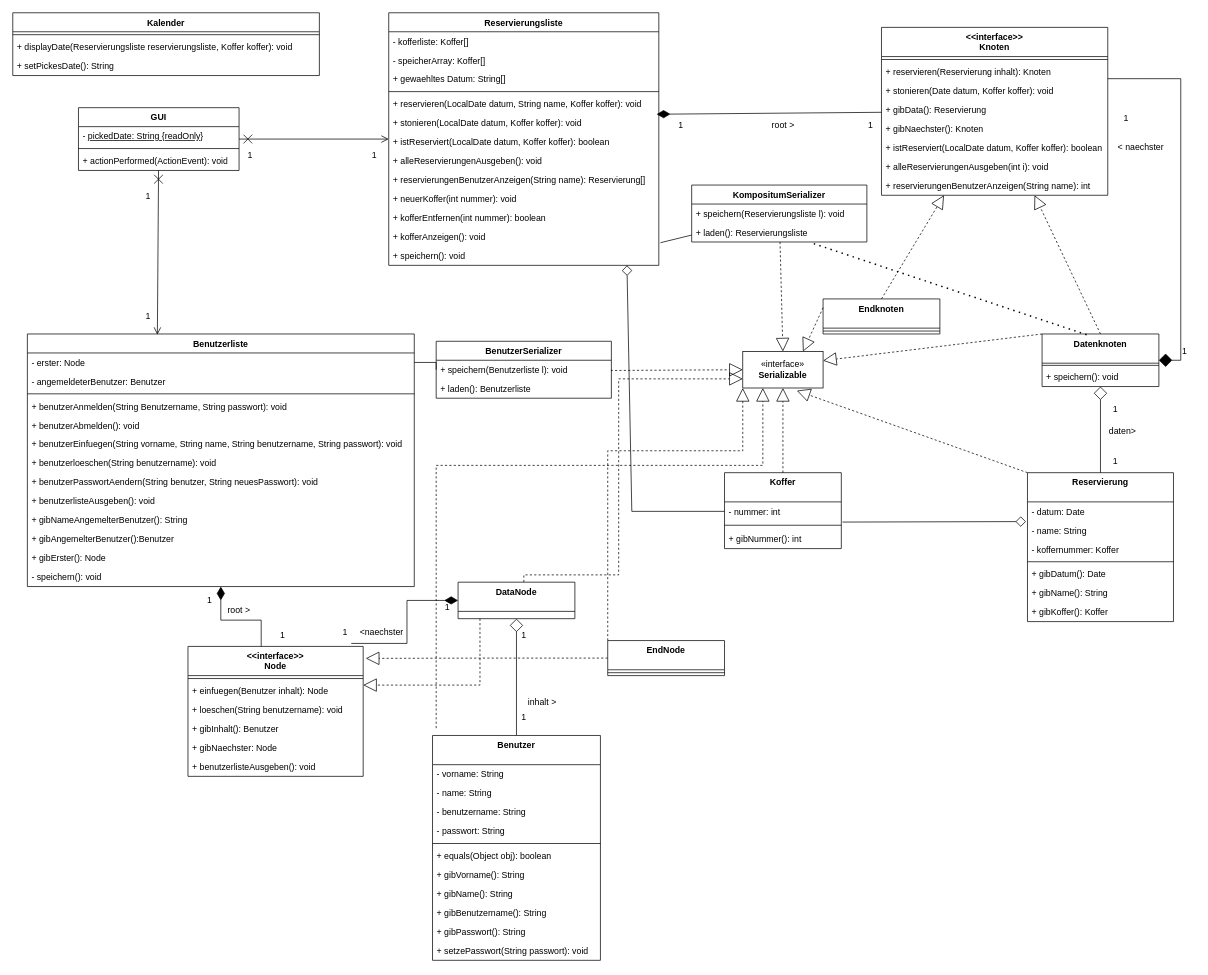
The draw.io diagram Klassendiagramm.drawio in Klette80/Ipadkofferleihsystem, before the edit. Source tidied: cells renumbered, new cells numbered last; positions are measured from the earlier drawing's top-left corner, leaving out a move shared by most shapes. Both pictures are drawn from the tidied source at 73%, with x=0, y=0 at pixel (12, 12).
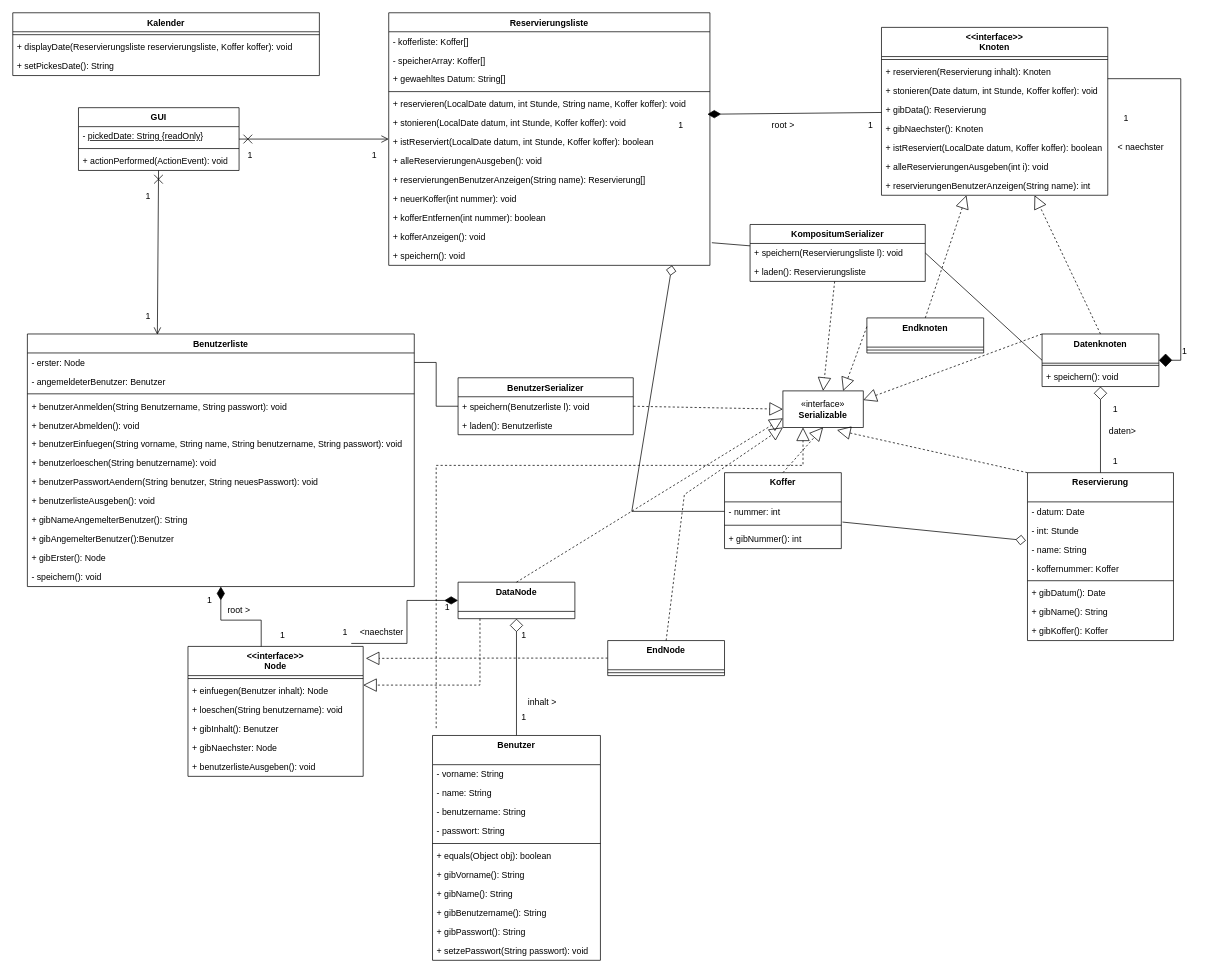
The same diagram, later.

Unchanged cells that the change refers to:
```xml
<mxCell id="25" value="Datenknoten" style="swimlane;fontStyle=1;align=center;verticalAlign=top;horizontal=1;startSize=40;" parent="1" vertex="1">
  <mxGeometry x="1410" y="440" width="160" height="72" as="geometry" />
</mxCell>
<mxCell id="32" value="&lt;&lt;interface&gt;&gt;&#10;Knoten" style="swimlane;fontStyle=1;align=center;verticalAlign=top;horizontal=1;startSize=40;" parent="1" vertex="1">
  <mxGeometry x="1190" y="20" width="310" height="230" as="geometry" />
</mxCell>
<mxCell id="57" value="+ speichern(Reservierungsliste l): void" style="text;strokeColor=none;fillColor=none;align=left;verticalAlign=top;spacingLeft=4;spacingRight=4;overflow=hidden;points=[[0,0.5],[1,0.5]];portConstraint=eastwest;whiteSpace=wrap;html=1;" parent="56" vertex="1">
  <mxGeometry y="26" width="240" height="26" as="geometry" />
</mxCell>
<mxCell id="58" value="+ laden(): Reservierungsliste" style="text;strokeColor=none;fillColor=none;align=left;verticalAlign=top;spacingLeft=4;spacingRight=4;overflow=hidden;points=[[0,0.5],[1,0.5]];portConstraint=eastwest;whiteSpace=wrap;html=1;" parent="56" vertex="1">
  <mxGeometry y="52" width="240" height="26" as="geometry" />
</mxCell>
<mxCell id="82" value="DataNode" style="swimlane;fontStyle=1;align=center;verticalAlign=top;horizontal=1;startSize=40;" parent="1" vertex="1">
  <mxGeometry x="610" y="780" width="160" height="50" as="geometry" />
</mxCell>
<mxCell id="84" value="EndNode" style="swimlane;fontStyle=1;align=center;verticalAlign=top;horizontal=1;startSize=40;" parent="1" vertex="1">
  <mxGeometry x="815" y="860" width="160" height="48" as="geometry" />
</mxCell>
<mxCell id="110" value="+ speichern(Benutzerliste l): void" style="text;strokeColor=none;fillColor=none;align=left;verticalAlign=top;spacingLeft=4;spacingRight=4;overflow=hidden;points=[[0,0.5],[1,0.5]];portConstraint=eastwest;whiteSpace=wrap;html=1;" parent="109" vertex="1">
  <mxGeometry y="26" width="240" height="26" as="geometry" />
</mxCell>
```

What changed in the source:
```diff
@@
     <mxCell id="2" value="Reservierung" style="swimlane;fontStyle=1;align=center;verticalAlign=top;horizontal=1;startSize=40;" parent="1" vertex="1">
-      <mxGeometry x="1390" y="630" width="200" height="204" as="geometry" />
+      <mxGeometry x="1390" y="630" width="200" height="230" as="geometry" />
     </mxCell>
-    <mxCell id="3" value="- datum: Date" style="text;strokeColor=none;fillColor=none;align=left;verticalAlign=top;spacingLeft=4;spacingRight=4;overflow=hidden;" parent="2" vertex="1">
+    <mxCell id="3" value="- datum: Date&#10;" style="text;strokeColor=none;fillColor=none;align=left;verticalAlign=top;spacingLeft=4;spacingRight=4;overflow=hidden;" parent="2" vertex="1">
       <mxGeometry y="40" width="200" height="26" as="geometry" />
     </mxCell>
+    <mxCell id="141" value="- int: Stunde" style="text;strokeColor=none;fillColor=none;align=left;verticalAlign=top;spacingLeft=4;spacingRight=4;overflow=hidden;" parent="2" vertex="1">
+      <mxGeometry y="66" width="200" height="26" as="geometry" />
+    </mxCell>
     <mxCell id="4" value="- name: String" style="text;strokeColor=none;fillColor=none;align=left;verticalAlign=top;spacingLeft=4;spacingRight=4;overflow=hidden;points=[[0,0.5],[1,0.5]];portConstraint=eastwest;" parent="2" vertex="1">
-      <mxGeometry y="66" width="200" height="26" as="geometry" />
+      <mxGeometry y="92" width="200" height="26" as="geometry" />
     </mxCell>
     <mxCell id="5" value="- koffernummer: Koffer" style="text;strokeColor=none;fillColor=none;align=left;verticalAlign=top;spacingLeft=4;spacingRight=4;overflow=hidden;" parent="2" vertex="1">
-      <mxGeometry y="92" width="200" height="26" as="geometry" />
+      <mxGeometry y="118" width="200" height="26" as="geometry" />
     </mxCell>
     <mxCell id="6" style="line;strokeWidth=1;fillColor=none;align=left;verticalAlign=middle;spacingTop=-1;spacingLeft=3;spacingRight=3;labelPosition=right;strokeColor=inherit;" parent="2" vertex="1">
-      <mxGeometry y="118" width="200" height="8" as="geometry" />
+      <mxGeometry y="144" width="200" height="8" as="geometry" />
     </mxCell>
     <mxCell id="7" value="+ gibDatum(): Date" style="text;strokeColor=none;fillColor=none;align=left;verticalAlign=top;spacingLeft=4;spacingRight=4;overflow=hidden;" parent="2" vertex="1">
-      <mxGeometry y="126" width="200" height="26" as="geometry" />
+      <mxGeometry y="152" width="200" height="26" as="geometry" />
     </mxCell>
     <mxCell id="8" value="+ gibName(): String" style="text;strokeColor=none;fillColor=none;align=left;verticalAlign=top;spacingLeft=4;spacingRight=4;overflow=hidden;" parent="2" vertex="1">
-      <mxGeometry y="152" width="200" height="26" as="geometry" />
+      <mxGeometry y="178" width="200" height="26" as="geometry" />
     </mxCell>
     <mxCell id="9" value="+ gibKoffer(): Koffer" style="text;strokeColor=none;fillColor=none;align=left;verticalAlign=top;spacingLeft=4;spacingRight=4;overflow=hidden;" parent="2" vertex="1">
-      <mxGeometry y="178" width="200" height="26" as="geometry" />
+      <mxGeometry y="204" width="200" height="26" as="geometry" />
     </mxCell>
     <mxCell id="10" value="Reservierungsliste" style="swimlane;fontStyle=1;align=center;verticalAlign=top;horizontal=1;startSize=26;" parent="1" vertex="1">
-      <mxGeometry x="515" width="370" height="346" as="geometry" />
+      <mxGeometry x="515" width="440" height="346" as="geometry" />
     </mxCell>
     <mxCell id="11" value="- kofferliste: Koffer[]" style="text;strokeColor=none;fillColor=none;align=left;verticalAlign=top;spacingLeft=4;spacingRight=4;overflow=hidden;" parent="10" vertex="1">
-      <mxGeometry y="26" width="370" height="26" as="geometry" />
+      <mxGeometry y="26" width="440" height="26" as="geometry" />
     </mxCell>
     <mxCell id="12" value="- speicherArray: Koffer[]" style="text;strokeColor=none;fillColor=none;align=left;verticalAlign=top;spacingLeft=4;spacingRight=4;overflow=hidden;" parent="10" vertex="1">
-      <mxGeometry y="52" width="370" height="26" as="geometry" />
+      <mxGeometry y="52" width="440" height="26" as="geometry" />
     </mxCell>
     <mxCell id="13" value="+ gewaehltes Datum: String[]" style="text;strokeColor=none;fillColor=none;align=left;verticalAlign=top;spacingLeft=4;spacingRight=4;overflow=hidden;" parent="10" vertex="1">
-      <mxGeometry y="78" width="370" height="26" as="geometry" />
+      <mxGeometry y="78" width="440" height="26" as="geometry" />
     </mxCell>
     <mxCell id="14" style="line;strokeWidth=1;fillColor=none;align=left;verticalAlign=middle;spacingTop=-1;spacingLeft=3;spacingRight=3;labelPosition=right;strokeColor=inherit;" parent="10" vertex="1">
-      <mxGeometry y="104" width="370" height="8" as="geometry" />
+      <mxGeometry y="104" width="440" height="8" as="geometry" />
     </mxCell>
-    <mxCell id="15" value="+ reservieren(LocalDate datum, String name, Koffer koffer): void" style="text;strokeColor=none;fillColor=none;align=left;verticalAlign=top;spacingLeft=4;spacingRight=4;overflow=hidden;" parent="10" vertex="1">
-      <mxGeometry y="112" width="370" height="26" as="geometry" />
+    <mxCell id="15" value="+ reservieren(LocalDate datum, int Stunde, String name, Koffer koffer): void" style="text;strokeColor=none;fillColor=none;align=left;verticalAlign=top;spacingLeft=4;spacingRight=4;overflow=hidden;" parent="10" vertex="1">
+      <mxGeometry y="112" width="440" height="26" as="geometry" />
     </mxCell>
-    <mxCell id="16" value="+ stonieren(LocalDate datum, Koffer koffer): void" style="text;strokeColor=none;fillColor=none;align=left;verticalAlign=top;spacingLeft=4;spacingRight=4;overflow=hidden;points=[[0,0.5],[1,0.5]];portConstraint=eastwest;" parent="10" vertex="1">
-      <mxGeometry y="138" width="370" height="26" as="geometry" />
+    <mxCell id="16" value="+ stonieren(LocalDate datum, int Stunde, Koffer koffer): void" style="text;strokeColor=none;fillColor=none;align=left;verticalAlign=top;spacingLeft=4;spacingRight=4;overflow=hidden;points=[[0,0.5],[1,0.5]];portConstraint=eastwest;" parent="10" vertex="1">
+      <mxGeometry y="138" width="440" height="26" as="geometry" />
     </mxCell>
-    <mxCell id="17" value="+ istReserviert(LocalDate datum, Koffer koffer): boolean" style="text;strokeColor=none;fillColor=none;align=left;verticalAlign=top;spacingLeft=4;spacingRight=4;overflow=hidden;" parent="10" vertex="1">
-      <mxGeometry y="164" width="370" height="26" as="geometry" />
+    <mxCell id="17" value="+ istReserviert(LocalDate datum, int Stunde, Koffer koffer): boolean" style="text;strokeColor=none;fillColor=none;align=left;verticalAlign=top;spacingLeft=4;spacingRight=4;overflow=hidden;" parent="10" vertex="1">
+      <mxGeometry y="164" width="440" height="26" as="geometry" />
     </mxCell>
     <mxCell id="18" value="+ alleReservierungenAusgeben(): void" style="text;strokeColor=none;fillColor=none;align=left;verticalAlign=top;spacingLeft=4;spacingRight=4;overflow=hidden;" parent="10" vertex="1">
-      <mxGeometry y="190" width="370" height="26" as="geometry" />
+      <mxGeometry y="190" width="440" height="26" as="geometry" />
     </mxCell>
     <mxCell id="19" value="+ reservierungenBenutzerAnzeigen(String name): Reservierung[]" style="text;strokeColor=none;fillColor=none;align=left;verticalAlign=top;spacingLeft=4;spacingRight=4;overflow=hidden;" parent="10" vertex="1">
-      <mxGeometry y="216" width="370" height="26" as="geometry" />
+      <mxGeometry y="216" width="440" height="26" as="geometry" />
     </mxCell>
     <mxCell id="20" value="+ neuerKoffer(int nummer): void" style="text;strokeColor=none;fillColor=none;align=left;verticalAlign=top;spacingLeft=4;spacingRight=4;overflow=hidden;" parent="10" vertex="1">
-      <mxGeometry y="242" width="370" height="26" as="geometry" />
+      <mxGeometry y="242" width="440" height="26" as="geometry" />
     </mxCell>
     <mxCell id="21" value="+ kofferEntfernen(int nummer): boolean" style="text;strokeColor=none;fillColor=none;align=left;verticalAlign=top;spacingLeft=4;spacingRight=4;overflow=hidden;" parent="10" vertex="1">
-      <mxGeometry y="268" width="370" height="26" as="geometry" />
+      <mxGeometry y="268" width="440" height="26" as="geometry" />
     </mxCell>
     <mxCell id="22" value="+ kofferAnzeigen(): void" style="text;strokeColor=none;fillColor=none;align=left;verticalAlign=top;spacingLeft=4;spacingRight=4;overflow=hidden;points=[[0,0.5],[1,0.5]];portConstraint=eastwest;" parent="10" vertex="1">
-      <mxGeometry y="294" width="370" height="26" as="geometry" />
+      <mxGeometry y="294" width="440" height="26" as="geometry" />
     </mxCell>
     <mxCell id="23" value="+ speichern(): void" style="text;strokeColor=none;fillColor=none;align=left;verticalAlign=top;spacingLeft=4;spacingRight=4;overflow=hidden;points=[[0,0.5],[1,0.5]];portConstraint=eastwest;" parent="10" vertex="1">
-      <mxGeometry y="320" width="370" height="26" as="geometry" />
+      <mxGeometry y="320" width="440" height="26" as="geometry" />
     </mxCell>
@@
     <mxCell id="30" value="Endknoten" style="swimlane;fontStyle=1;align=center;verticalAlign=top;horizontal=1;startSize=40;" parent="1" vertex="1">
-      <mxGeometry x="1110" y="392" width="160" height="48" as="geometry" />
+      <mxGeometry x="1170" y="418" width="160" height="48" as="geometry" />
     </mxCell>
@@
-    <mxCell id="35" value="+ stonieren(Date datum, Koffer koffer): void" style="text;strokeColor=none;fillColor=none;align=left;verticalAlign=top;spacingLeft=4;spacingRight=4;overflow=hidden;" parent="32" vertex="1">
+    <mxCell id="35" value="+ stonieren(Date datum, int Stunde, Koffer koffer): void" style="text;strokeColor=none;fillColor=none;align=left;verticalAlign=top;spacingLeft=4;spacingRight=4;overflow=hidden;" parent="32" vertex="1">
       <mxGeometry y="74" width="310" height="26" as="geometry" />
     </mxCell>
@@
     <mxCell id="56" value="KompositumSerializer" style="swimlane;fontStyle=1;align=center;verticalAlign=top;horizontal=1;startSize=26;whiteSpace=wrap;html=1;" parent="1" vertex="1">
-      <mxGeometry x="930" y="236" width="240" height="78" as="geometry" />
+      <mxGeometry x="1010" y="290" width="240" height="78" as="geometry" />
     </mxCell>
@@
     <mxCell id="59" value="«interface»&lt;br&gt;&lt;b&gt;Serializable&lt;/b&gt;" style="html=1;whiteSpace=wrap;" parent="1" vertex="1">
-      <mxGeometry x="1000" y="464" width="110" height="50" as="geometry" />
+      <mxGeometry x="1055" y="518" width="110" height="50" as="geometry" />
     </mxCell>
@@
-    <mxCell id="66" style="endArrow=none;dashed=1;html=1;dashPattern=1 3;strokeWidth=2;rounded=0;entryX=0.417;entryY=0.041;entryDx=0;entryDy=0;entryPerimeter=0;exitX=0.697;exitY=1.09;exitDx=0;exitDy=0;exitPerimeter=0;" parent="1" edge="1" source="58" target="25">
-      <mxGeometry relative="1" as="geometry" />
-    </mxCell>
@@
-    <mxCell id="108" style="edgeStyle=orthogonalEdgeStyle;rounded=0;jettySize=auto;html=1;endArrow=block;endFill=0;dashed=1;endSize=16;exitX=0.563;exitY=-0.003;exitDx=0;exitDy=0;exitPerimeter=0;entryX=0;entryY=0.75;entryDx=0;entryDy=0;" parent="1" edge="1" source="82" target="59">
-      <mxGeometry relative="1" as="geometry">
-        <Array as="points">
-          <mxPoint x="830" y="770" />
-          <mxPoint x="830" y="502" />
-        </Array>
-      </mxGeometry>
-    </mxCell>
     <mxCell id="109" value="BenutzerSerializer" style="swimlane;fontStyle=1;align=center;verticalAlign=top;horizontal=1;startSize=26;whiteSpace=wrap;html=1;" parent="1" vertex="1">
-      <mxGeometry x="580" y="450" width="240" height="78" as="geometry" />
+      <mxGeometry x="610" y="500" width="240" height="78" as="geometry" />
     </mxCell>
@@
-    <mxCell id="112" style="edgeStyle=orthogonalEdgeStyle;rounded=0;jettySize=auto;html=1;exitX=1;exitY=0.5;exitDx=0;exitDy=0;entryX=0;entryY=0.5;entryDx=0;entryDy=0;dashed=1;endArrow=block;endFill=0;endSize=16;" parent="1" edge="1" source="110" target="59">
-      <mxGeometry relative="1" as="geometry">
-        <Array as="points">
-          <mxPoint x="820" y="490" />
-        </Array>
-      </mxGeometry>
-    </mxCell>
@@
-    <mxCell id="114" style="edgeStyle=orthogonalEdgeStyle;rounded=0;jettySize=auto;html=1;endArrow=block;endFill=0;dashed=1;endSize=16;exitX=0;exitY=0;exitDx=0;exitDy=0;entryX=0;entryY=1;entryDx=0;entryDy=0;" parent="1" edge="1" source="84" target="59">
-      <mxGeometry relative="1" as="geometry">
-        <Array as="points">
-          <mxPoint x="815" y="600" />
-          <mxPoint x="1000" y="600" />
-        </Array>
-      </mxGeometry>
-    </mxCell>
@@
+    <mxCell id="142" style="endArrow=none;html=1;rounded=0;entryX=0;entryY=0.5;entryDx=0;entryDy=0;exitX=1;exitY=0.5;exitDx=0;exitDy=0;" parent="1" edge="1" source="57" target="25">
+      <mxGeometry relative="1" as="geometry" />
+    </mxCell>
+    <mxCell id="112" style="endArrow=block;endSize=16;endFill=0;html=1;rounded=0;entryX=0;entryY=0.5;entryDx=0;entryDy=0;dashed=1;exitX=1;exitY=0.5;exitDx=0;exitDy=0;" parent="1" edge="1" source="110" target="59">
+      <mxGeometry relative="1" as="geometry" />
+    </mxCell>
+    <mxCell id="108" style="endArrow=block;endSize=16;endFill=0;html=1;rounded=0;entryX=0;entryY=0.75;entryDx=0;entryDy=0;dashed=1;exitX=0.5;exitY=0;exitDx=0;exitDy=0;" parent="1" edge="1" source="82" target="59">
+      <mxGeometry relative="1" as="geometry" />
+    </mxCell>
+    <mxCell id="114" style="endArrow=block;endSize=16;endFill=0;html=1;rounded=0;entryX=0;entryY=1;entryDx=0;entryDy=0;dashed=1;exitX=0.5;exitY=0;exitDx=0;exitDy=0;" parent="1" edge="1" source="84" target="59">
+      <mxGeometry relative="1" as="geometry">
+        <Array as="points">
+          <mxPoint x="920" y="660" />
+        </Array>
+      </mxGeometry>
+    </mxCell>
```
